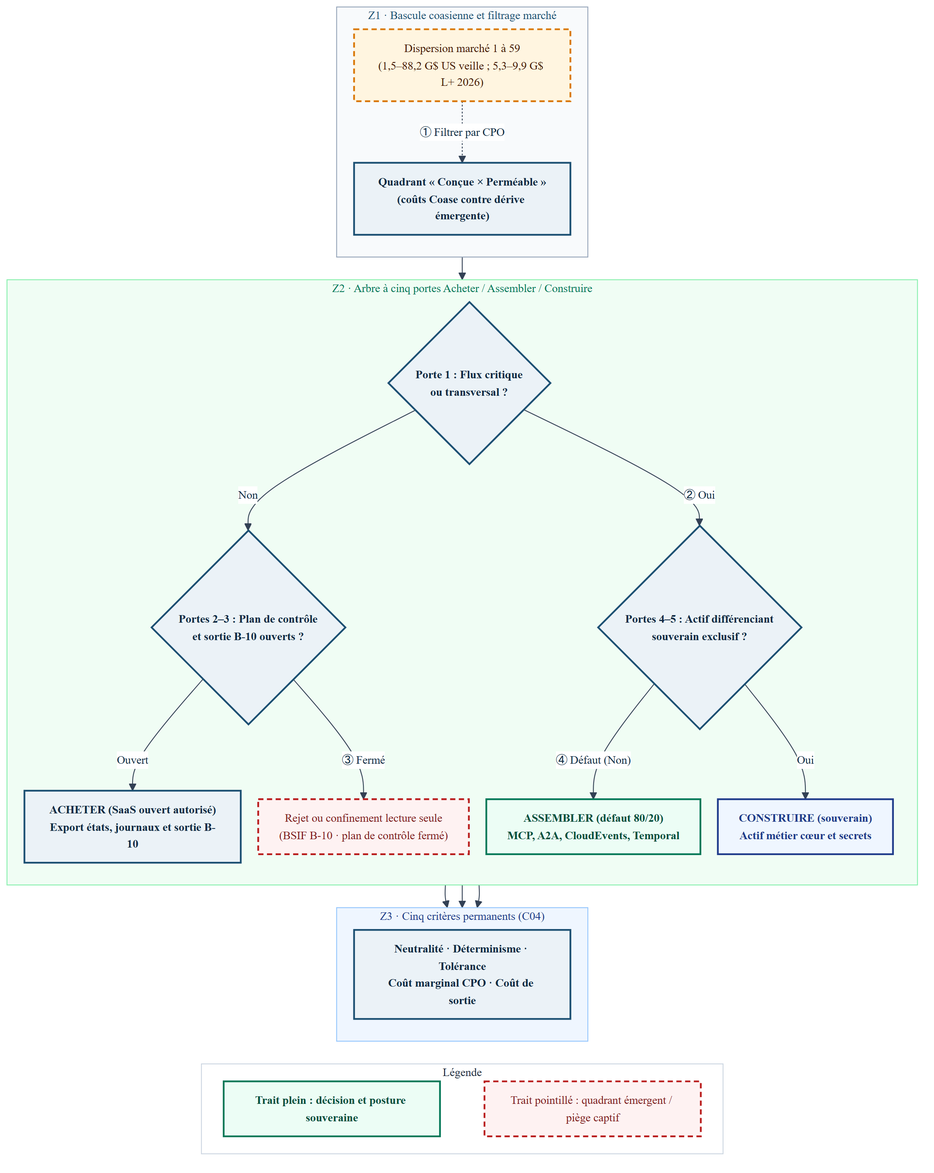
The Mermaid diagram Sources/Compendium/ouvrage/schemas/rendus/SCH-03-01.png in agbruneau/Agentique, before a commit. Its source is kept beside it as Sources/Compendium/ouvrage/schemas/SCH-03-01.mmd. The source it was exported from:
```mermaid
%%{init: {'theme': 'base', 'themeVariables': {'fontFamily': 'DejaVu Sans', 'fontSize': '13px', 'lineColor': '#334155', 'edgeLabelBackground': '#FFFFFF', 'primaryTextColor': '#0F2942'}, 'flowchart': {'nodeSpacing': 20, 'rankSpacing': 26, 'padding': 12}}}%%
flowchart TB
  subgraph Z1["Z1 · Bascule coasienne et filtrage marché"]
    direction TB
    N1["Dispersion marché 1 à 59<br/>(1,5–88,2 G$ US veille ; 5,3–9,9 G$ L+ 2026)"]:::prob
    N2["Quadrant « Conçue × Perméable »<br/>(coûts Coase contre dérive émergente)"]:::det
    N1 -.->|"① Filtrer par CPO"| N2
  end

  subgraph Z2["Z2 · Arbre à cinq portes Acheter / Assembler / Construire"]
    direction TB
    N3{"Porte 1 : Flux critique<br/>ou transversal ?"}:::det
    N4{"Portes 2–3 : Plan de contrôle<br/>et sortie B-10 ouverts ?"}:::det
    N5["ACHETER (SaaS ouvert autorisé)<br/>Export états, journaux et sortie B-10"]:::det
    N10["Rejet ou confinement lecture seule<br/>(BSIF B-10 · plan de contrôle fermé)"]:::warn
    N6{"Portes 4–5 : Actif différenciant<br/>souverain exclusif ?"}:::det
    N7["ASSEMBLER (défaut 80/20)<br/>MCP, A2A, CloudEvents, Temporal"]:::green
    N8["CONSTRUIRE (souverain)<br/>Actif métier cœur et secrets"]:::blue
    N3 -->|"Non"| N4
    N4 -->|"Ouvert"| N5
    N4 -->|"③ Fermé"| N10
    N3 -->|"② Oui"| N6
    N6 -->|"④ Défaut (Non)"| N7
    N6 -->|"Oui"| N8
  end

  subgraph Z3["Z3 · Cinq critères permanents (C04)"]
    direction TB
    N9["Neutralité · Déterminisme · Tolérance<br/>Coût marginal CPO · Coût de sortie"]:::det
  end

  N2 --> N3
  N5 --> N9
  N7 --> N9
  N8 --> N9

  subgraph LEG["Légende"]
    direction LR
    L_DET["Trait plein : décision et posture souveraine"]:::green
    L_PROB["Trait pointillé : quadrant émergent / piège captif"]:::warn
    L_DET ~~~ L_PROB
  end

  N9 ~~~ L_DET

  classDef det fill:#EBF2F7,stroke:#1B4F72,stroke-width:2px,color:#0F2942,font-weight:bold
  classDef prob fill:#FFF5E0,stroke:#D97706,stroke-width:2px,stroke-dasharray:6 4,color:#451A03
  classDef warn fill:#FEF2F2,stroke:#B91C1C,stroke-width:2px,stroke-dasharray:6 4,color:#7F1D1D
  classDef green fill:#ECFDF5,stroke:#047857,stroke-width:2px,color:#064E3B,font-weight:bold
  classDef blue fill:#EFF6FF,stroke:#1E3A8A,stroke-width:2px,color:#1E3A8A,font-weight:bold
  style Z1 fill:#F8FAFC,stroke:#94A3B8,color:#1B4F72
  style Z2 fill:#F0FDF4,stroke:#86EFAC,color:#047857
  style Z3 fill:#EFF6FF,stroke:#93C5FD,color:#1E3A8A
  style LEG fill:#FFFFFF,stroke:#CBD5E1,color:#1E293B
```
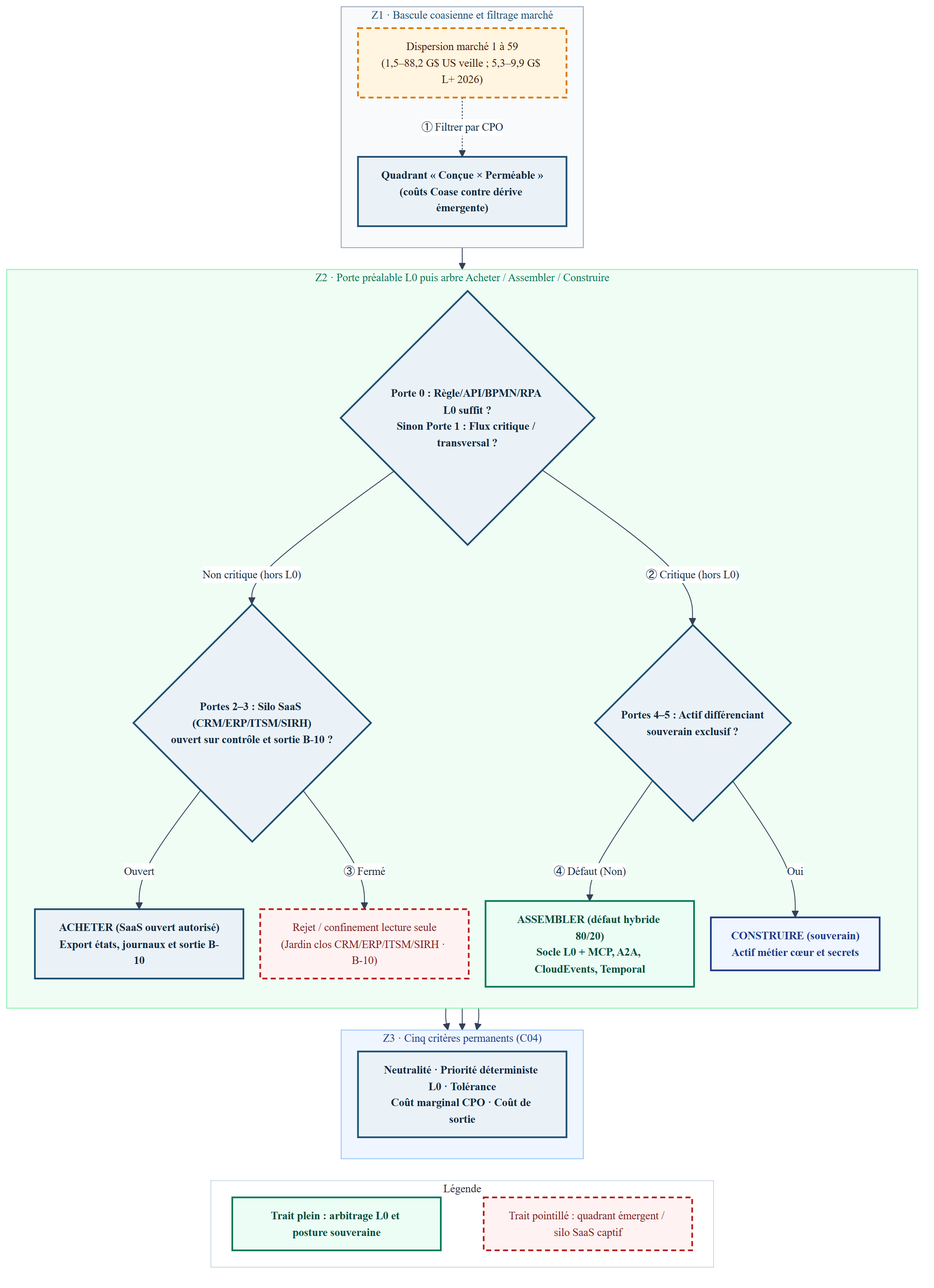
The same file after the commit.

Diff of the diagram source:
```diff
@@ -7,26 +7,26 @@
     N1 -.->|"① Filtrer par CPO"| N2
   end
 
-  subgraph Z2["Z2 · Arbre à cinq portes Acheter / Assembler / Construire"]
+  subgraph Z2["Z2 · Porte préalable L0 puis arbre Acheter / Assembler / Construire"]
     direction TB
-    N3{"Porte 1 : Flux critique<br/>ou transversal ?"}:::det
-    N4{"Portes 2–3 : Plan de contrôle<br/>et sortie B-10 ouverts ?"}:::det
+    N3{"Porte 0 : Règle/API/BPMN/RPA L0 suffit ?<br/>Sinon Porte 1 : Flux critique / transversal ?"}:::det
+    N4{"Portes 2–3 : Silo SaaS (CRM/ERP/ITSM/SIRH)<br/>ouvert sur contrôle et sortie B-10 ?"}:::det
     N5["ACHETER (SaaS ouvert autorisé)<br/>Export états, journaux et sortie B-10"]:::det
-    N10["Rejet ou confinement lecture seule<br/>(BSIF B-10 · plan de contrôle fermé)"]:::warn
+    N10["Rejet / confinement lecture seule<br/>(Jardin clos CRM/ERP/ITSM/SIRH · B-10)"]:::warn
     N6{"Portes 4–5 : Actif différenciant<br/>souverain exclusif ?"}:::det
-    N7["ASSEMBLER (défaut 80/20)<br/>MCP, A2A, CloudEvents, Temporal"]:::green
+    N7["ASSEMBLER (défaut hybride 80/20)<br/>Socle L0 + MCP, A2A, CloudEvents, Temporal"]:::green
     N8["CONSTRUIRE (souverain)<br/>Actif métier cœur et secrets"]:::blue
-    N3 -->|"Non"| N4
+    N3 -->|"Non critique (hors L0)"| N4
     N4 -->|"Ouvert"| N5
     N4 -->|"③ Fermé"| N10
-    N3 -->|"② Oui"| N6
+    N3 -->|"② Critique (hors L0)"| N6
     N6 -->|"④ Défaut (Non)"| N7
     N6 -->|"Oui"| N8
   end
 
   subgraph Z3["Z3 · Cinq critères permanents (C04)"]
     direction TB
-    N9["Neutralité · Déterminisme · Tolérance<br/>Coût marginal CPO · Coût de sortie"]:::det
+    N9["Neutralité · Priorité déterministe L0 · Tolérance<br/>Coût marginal CPO · Coût de sortie"]:::det
   end
 
   N2 --> N3
@@ -36,8 +36,8 @@
 
   subgraph LEG["Légende"]
     direction LR
-    L_DET["Trait plein : décision et posture souveraine"]:::green
-    L_PROB["Trait pointillé : quadrant émergent / piège captif"]:::warn
+    L_DET["Trait plein : arbitrage L0 et posture souveraine"]:::green
+    L_PROB["Trait pointillé : quadrant émergent / silo SaaS captif"]:::warn
     L_DET ~~~ L_PROB
   end
 
```
